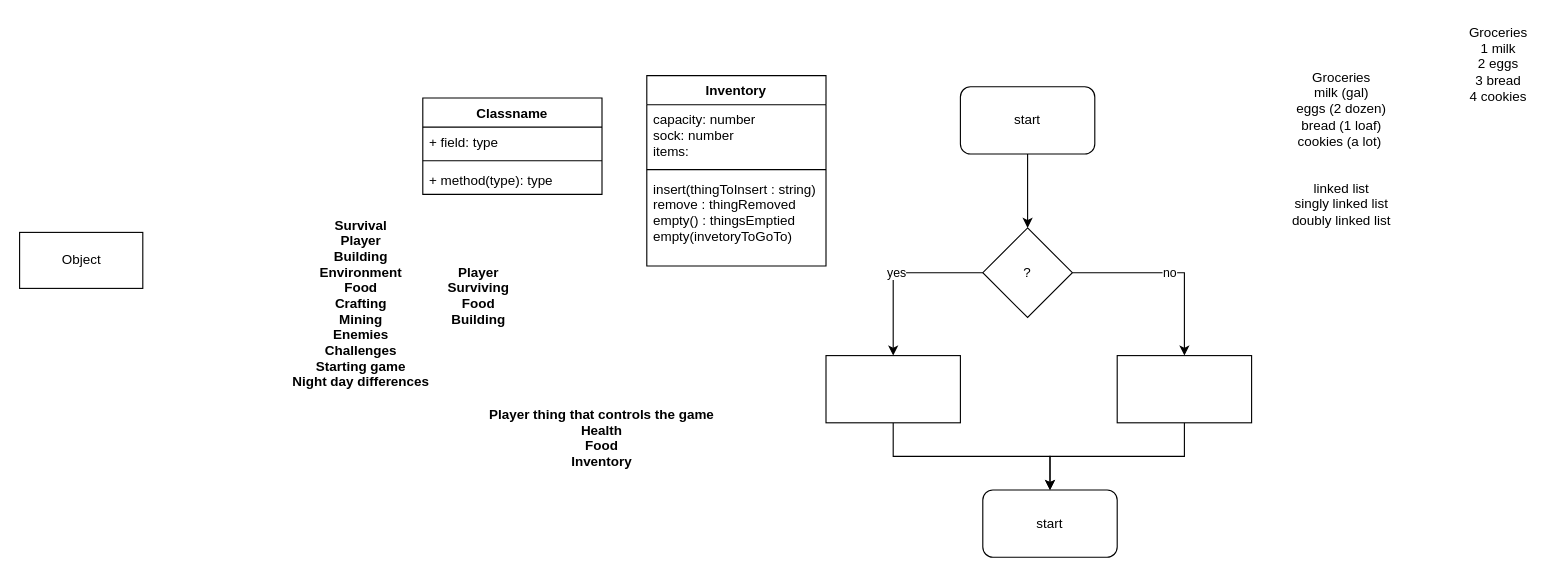
Earlier version of the draw.io diagram Untitled Diagram.drawio (atimmer1/First-CSCS-1240). Source tidied: cells renumbered, new cells numbered last; positions are measured from the earlier drawing's top-left corner, leaving out a move shared by most shapes. Both pictures are drawn from the tidied source at 112%, with x=0, y=0 at pixel (19, 19).
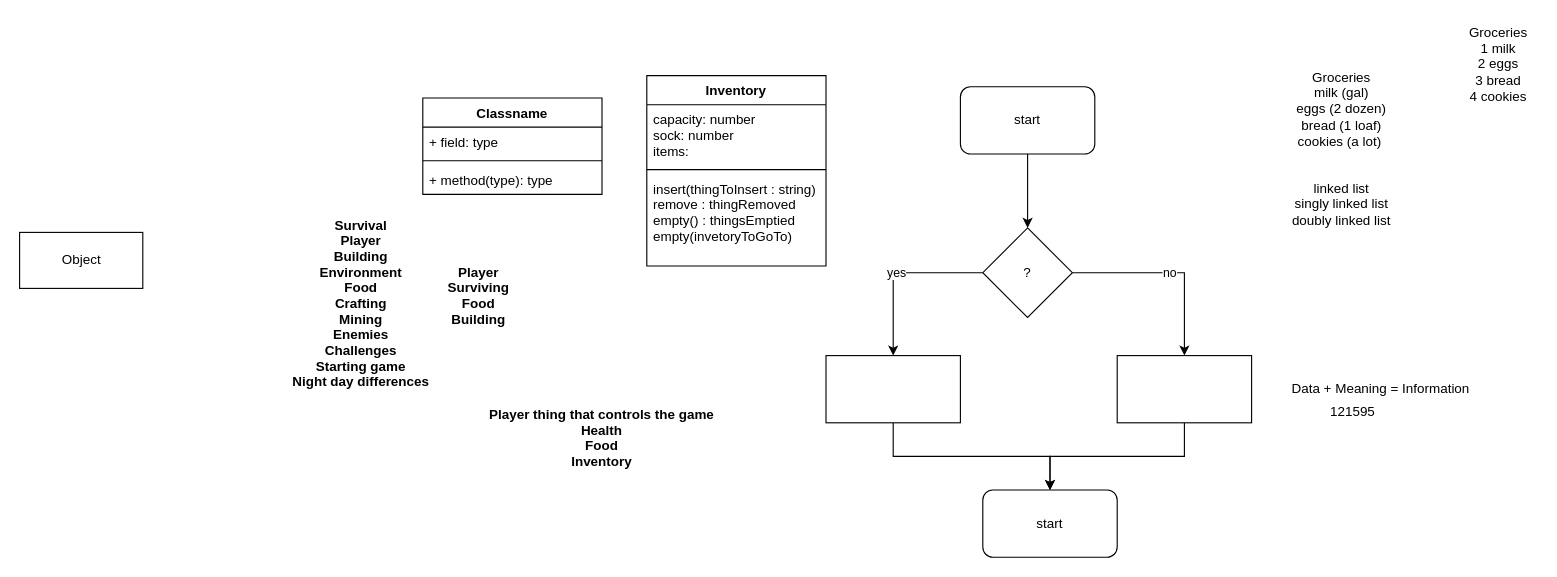
The same diagram, later.

Change to the diagram source:
```diff
@@
+    <mxCell id="27" value="Data + Meaning = Information" style="text;html=1;align=center;verticalAlign=middle;" parent="1" vertex="1">
+      <mxGeometry x="1130" y="320" width="170" height="20" as="geometry" />
+    </mxCell>
+    <mxCell id="28" value="121595" style="text;html=1;align=center;verticalAlign=middle;" parent="1" vertex="1">
+      <mxGeometry x="1160" y="340" width="60" height="20" as="geometry" />
+    </mxCell>
```
